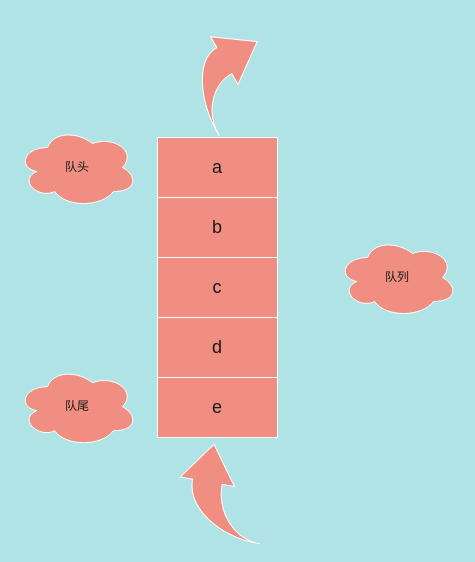
Earlier version of the draw.io diagram page "queue" (15 of 16) of tree/tree.drawio (Christings/wechat). Source tidied: cells renumbered, new cells numbered last; positions are measured from the earlier drawing's top-left corner, leaving out a move shared by most shapes. Both pictures are drawn from the tidied source at 100%, with x=0, y=0 at pixel (17, 31).
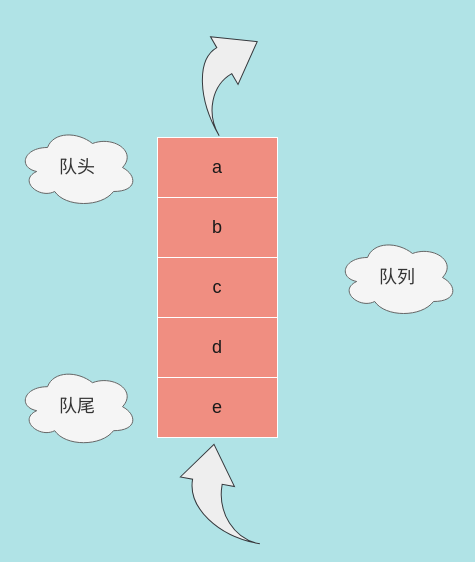
Above is the later version.

What changed in the source:
```diff
@@
 <mxGraphModel background="#B0E3E6">
   <root>
     <mxCell id="0" />
     <mxCell id="1" parent="0" />
     <mxCell id="2" value="a" style="rounded=0;whiteSpace=wrap;html=1;fontSize=18;fillColor=#F08E81;strokeColor=#FFFFFF;fontColor=#1A1A1A;" parent="1" vertex="1">
       <mxGeometry x="140" y="106" width="120" height="60" as="geometry" />
     </mxCell>
     <mxCell id="3" value="b" style="rounded=0;whiteSpace=wrap;html=1;fontSize=18;fillColor=#F08E81;strokeColor=#FFFFFF;fontColor=#1A1A1A;" parent="1" vertex="1">
       <mxGeometry x="140" y="166" width="120" height="60" as="geometry" />
     </mxCell>
     <mxCell id="4" value="c" style="rounded=0;whiteSpace=wrap;html=1;fontSize=18;fillColor=#F08E81;strokeColor=#FFFFFF;fontColor=#1A1A1A;" parent="1" vertex="1">
       <mxGeometry x="140" y="226" width="120" height="60" as="geometry" />
     </mxCell>
     <mxCell id="5" value="d" style="rounded=0;whiteSpace=wrap;html=1;fontSize=18;fillColor=#F08E81;strokeColor=#FFFFFF;fontColor=#1A1A1A;" parent="1" vertex="1">
       <mxGeometry x="140" y="286" width="120" height="60" as="geometry" />
     </mxCell>
     <mxCell id="6" value="e" style="rounded=0;whiteSpace=wrap;html=1;fontSize=18;fillColor=#F08E81;strokeColor=#FFFFFF;fontColor=#1A1A1A;" parent="1" vertex="1">
       <mxGeometry x="140" y="346" width="120" height="60" as="geometry" />
     </mxCell>
     <mxCell id="7" style="edgeStyle=orthogonalEdgeStyle;rounded=0;orthogonalLoop=1;jettySize=auto;html=1;exitX=0.5;exitY=1;exitDx=0;exitDy=0;fontSize=18;strokeColor=#182E3E;fontColor=#1A1A1A;labelBackgroundColor=#B0E3E6;" parent="1" edge="1" source="2" target="2">
       <mxGeometry relative="1" as="geometry" />
     </mxCell>
     <mxCell id="8" style="edgeStyle=orthogonalEdgeStyle;rounded=0;orthogonalLoop=1;jettySize=auto;html=1;exitX=0.5;exitY=1;exitDx=0;exitDy=0;fontSize=18;strokeColor=#182E3E;fontColor=#1A1A1A;labelBackgroundColor=#B0E3E6;" parent="1" edge="1">
       <mxGeometry relative="1" as="geometry">
         <mxPoint x="200" y="466" as="sourcePoint" />
         <mxPoint x="200" y="466" as="targetPoint" />
       </mxGeometry>
     </mxCell>
-    <mxCell id="9" style="html=1;shadow=0;dashed=0;align=center;verticalAlign=middle;shape=mxgraph.arrows2.jumpInArrow;dy=15;dx=38;arrowHead=55;rotation=-80;fillColor=#F08E81;strokeColor=#FFFFFF;fontColor=#1A1A1A;" parent="1" vertex="1">
+    <mxCell id="9" style="html=1;shadow=0;dashed=0;align=center;verticalAlign=middle;shape=mxgraph.arrows2.jumpInArrow;dy=15;dx=38;arrowHead=55;rotation=-80;fillColor=#eeeeee;strokeColor=#36393d;" parent="1" vertex="1">
       <mxGeometry x="160.9" y="415.2" width="90" height="90" as="geometry" />
     </mxCell>
-    <mxCell id="10" style="html=1;shadow=0;dashed=0;align=center;verticalAlign=middle;shape=mxgraph.arrows2.jumpInArrow;dy=15;dx=38;arrowHead=55;rotation=-30;fillColor=#F08E81;strokeColor=#FFFFFF;fontColor=#1A1A1A;" parent="1" vertex="1">
+    <mxCell id="10" style="html=1;shadow=0;dashed=0;align=center;verticalAlign=middle;shape=mxgraph.arrows2.jumpInArrow;dy=15;dx=38;arrowHead=55;rotation=-30;fillColor=#eeeeee;strokeColor=#36393d;" parent="1" vertex="1">
       <mxGeometry x="173.8" y="0.3" width="80" height="90" as="geometry" />
     </mxCell>
-    <mxCell id="11" value="队头" style="ellipse;shape=cloud;whiteSpace=wrap;html=1;fillColor=#F08E81;strokeColor=#FFFFFF;fontColor=#1A1A1A;" parent="1" vertex="1">
+    <mxCell id="11" value="&lt;font style=&quot;font-size: 18px&quot;&gt;队头&lt;/font&gt;" style="ellipse;shape=cloud;whiteSpace=wrap;html=1;fillColor=#f5f5f5;strokeColor=#666666;fontColor=#333333;" parent="1" vertex="1">
       <mxGeometry y="96" width="120" height="80" as="geometry" />
     </mxCell>
-    <mxCell id="12" value="队尾" style="ellipse;shape=cloud;whiteSpace=wrap;html=1;fillColor=#F08E81;strokeColor=#FFFFFF;fontColor=#1A1A1A;" parent="1" vertex="1">
+    <mxCell id="12" value="&lt;font style=&quot;font-size: 18px&quot;&gt;队尾&lt;/font&gt;" style="ellipse;shape=cloud;whiteSpace=wrap;html=1;fillColor=#f5f5f5;strokeColor=#666666;fontColor=#333333;" parent="1" vertex="1">
       <mxGeometry y="335.2" width="120" height="80" as="geometry" />
     </mxCell>
-    <mxCell id="13" value="队列" style="ellipse;shape=cloud;whiteSpace=wrap;html=1;fillColor=#F08E81;strokeColor=#FFFFFF;fontColor=#1A1A1A;" parent="1" vertex="1">
+    <mxCell id="13" value="&lt;font style=&quot;font-size: 18px&quot;&gt;队列&lt;/font&gt;" style="ellipse;shape=cloud;whiteSpace=wrap;html=1;fillColor=#f5f5f5;strokeColor=#666666;fontColor=#333333;" parent="1" vertex="1">
       <mxGeometry x="320" y="206" width="120" height="80" as="geometry" />
     </mxCell>
   </root>
 </mxGraphModel>
```
